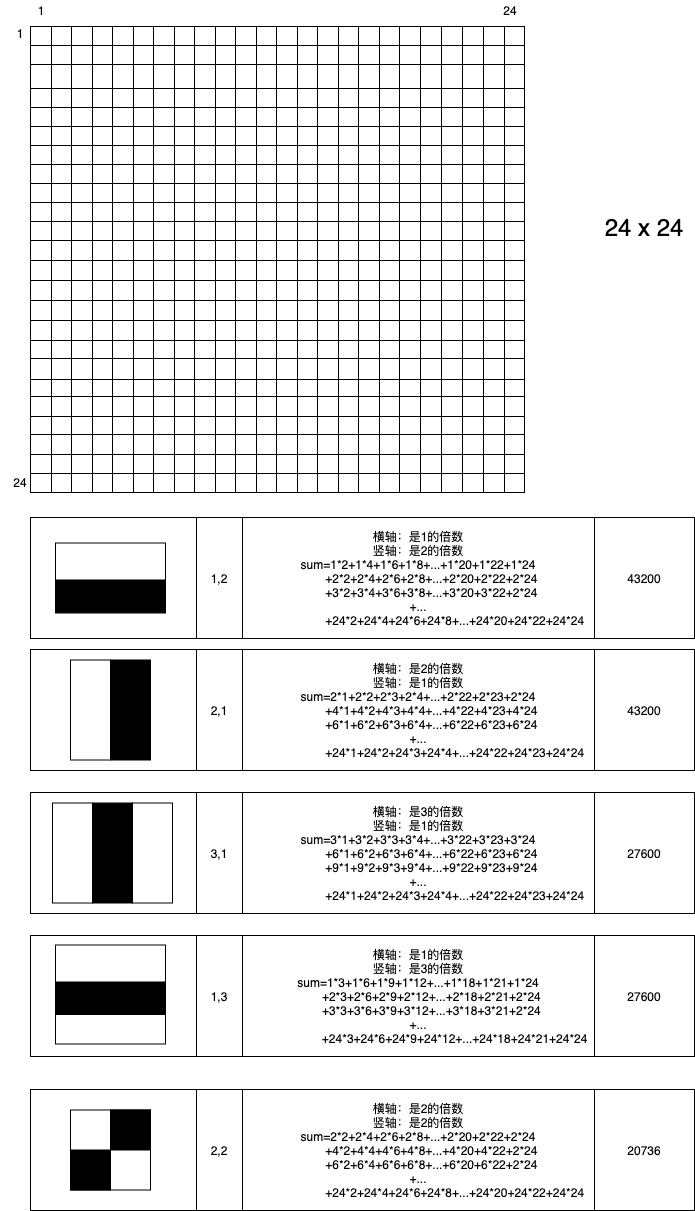
Earlier version of the draw.io export 2021/04/27/人脸检测之Haar特征介绍/haar-image.drawio.png (YlJava110/GitText). Source tidied: cells renumbered, new cells last; positions are measured from the earlier drawing's top-left corner, leaving out a move shared by most shapes.
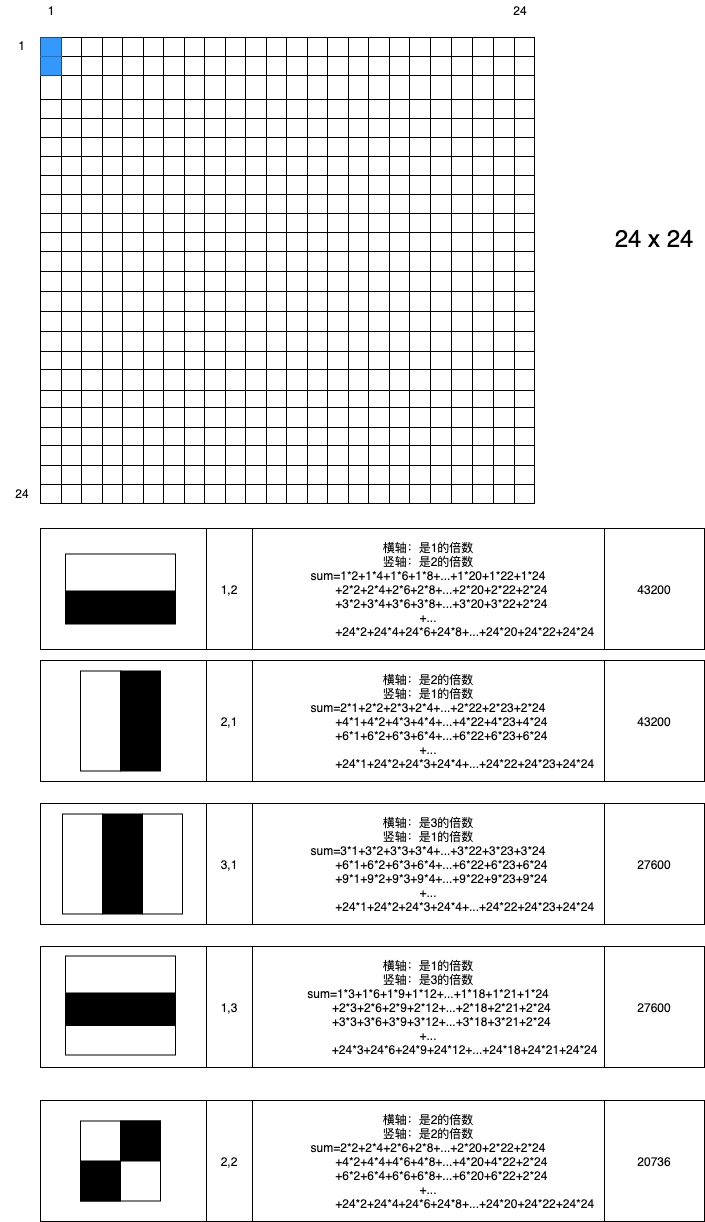
Later version of the same file.

The edit, as a diff of the source:
```diff
@@ -26,7 +26,7 @@
     <mxCell id="9" style="shape=partialRectangle;html=1;whiteSpace=wrap;fillColor=none;top=0;left=0;bottom=0;right=0;" parent="8" vertex="1">
       <mxGeometry width="494" height="19" as="geometry" />
     </mxCell>
-    <mxCell id="10" style="shape=partialRectangle;html=1;whiteSpace=wrap;overflow=hidden;fillColor=none;top=0;left=0;bottom=0;right=0;" parent="9" vertex="1">
+    <mxCell id="10" style="shape=partialRectangle;html=1;whiteSpace=wrap;overflow=hidden;top=0;left=0;bottom=0;right=0;labelBackgroundColor=#000000;fillColor=#3399FF;strokeColor=#FF6666;" parent="9" vertex="1">
       <mxGeometry width="21" height="19" as="geometry" />
     </mxCell>
     <mxCell id="11" style="shape=partialRectangle;html=1;whiteSpace=wrap;overflow=hidden;fillColor=none;top=0;left=0;bottom=0;right=0;" parent="9" vertex="1">
@@ -101,7 +101,7 @@
     <mxCell id="34" style="shape=partialRectangle;html=1;whiteSpace=wrap;fillColor=none;top=0;left=0;bottom=0;right=0;" parent="8" vertex="1">
       <mxGeometry y="19" width="494" height="19" as="geometry" />
     </mxCell>
-    <mxCell id="35" style="shape=partialRectangle;html=1;whiteSpace=wrap;overflow=hidden;fillColor=none;top=0;left=0;bottom=0;right=0;" parent="34" vertex="1">
+    <mxCell id="35" style="shape=partialRectangle;html=1;whiteSpace=wrap;overflow=hidden;top=0;left=0;bottom=0;right=0;labelBackgroundColor=#000000;fillColor=#3399FF;strokeColor=#FF6666;" parent="34" vertex="1">
       <mxGeometry width="21" height="19" as="geometry" />
     </mxCell>
     <mxCell id="36" style="shape=partialRectangle;html=1;whiteSpace=wrap;overflow=hidden;fillColor=none;top=0;left=0;bottom=0;right=0;" parent="34" vertex="1">
@@ -1824,16 +1824,16 @@
       <mxGeometry x="474" width="20" height="19" as="geometry" />
     </mxCell>
     <mxCell id="609" value="1" style="text;html=1;strokeColor=none;fillColor=none;align=center;verticalAlign=middle;whiteSpace=wrap;rounded=0;" parent="1" vertex="1">
-      <mxGeometry x="21" width="40" height="20" as="geometry" />
+      <mxGeometry x="21" y="-11" width="40" height="20" as="geometry" />
     </mxCell>
     <mxCell id="610" value="24" style="text;html=1;strokeColor=none;fillColor=none;align=center;verticalAlign=middle;whiteSpace=wrap;rounded=0;" parent="1" vertex="1">
-      <mxGeometry x="490" width="40" height="20" as="geometry" />
+      <mxGeometry x="490" y="-11" width="40" height="20" as="geometry" />
     </mxCell>
     <mxCell id="611" value="1" style="text;html=1;strokeColor=none;fillColor=none;align=center;verticalAlign=middle;whiteSpace=wrap;rounded=0;" parent="1" vertex="1">
-      <mxGeometry y="23" width="40" height="20" as="geometry" />
+      <mxGeometry x="-10" y="22" width="43" height="24" as="geometry" />
     </mxCell>
     <mxCell id="612" value="24" style="text;html=1;strokeColor=none;fillColor=none;align=center;verticalAlign=middle;whiteSpace=wrap;rounded=0;" parent="1" vertex="1">
-      <mxGeometry y="472" width="40" height="20" as="geometry" />
+      <mxGeometry x="-8.5" y="472" width="40" height="20" as="geometry" />
     </mxCell>
     <mxCell id="613" value="&lt;font style=&quot;font-size: 24px&quot;&gt;24 x 24&lt;/font&gt;" style="text;html=1;strokeColor=none;fillColor=none;align=center;verticalAlign=middle;whiteSpace=wrap;rounded=0;" parent="1" vertex="1">
       <mxGeometry x="594" y="198" width="100" height="57" as="geometry" />
```
